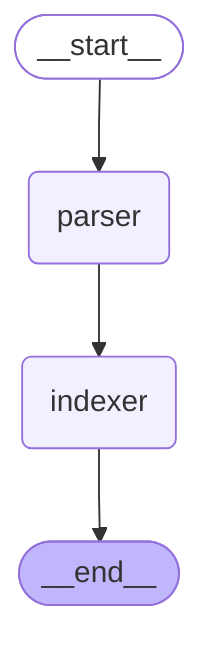
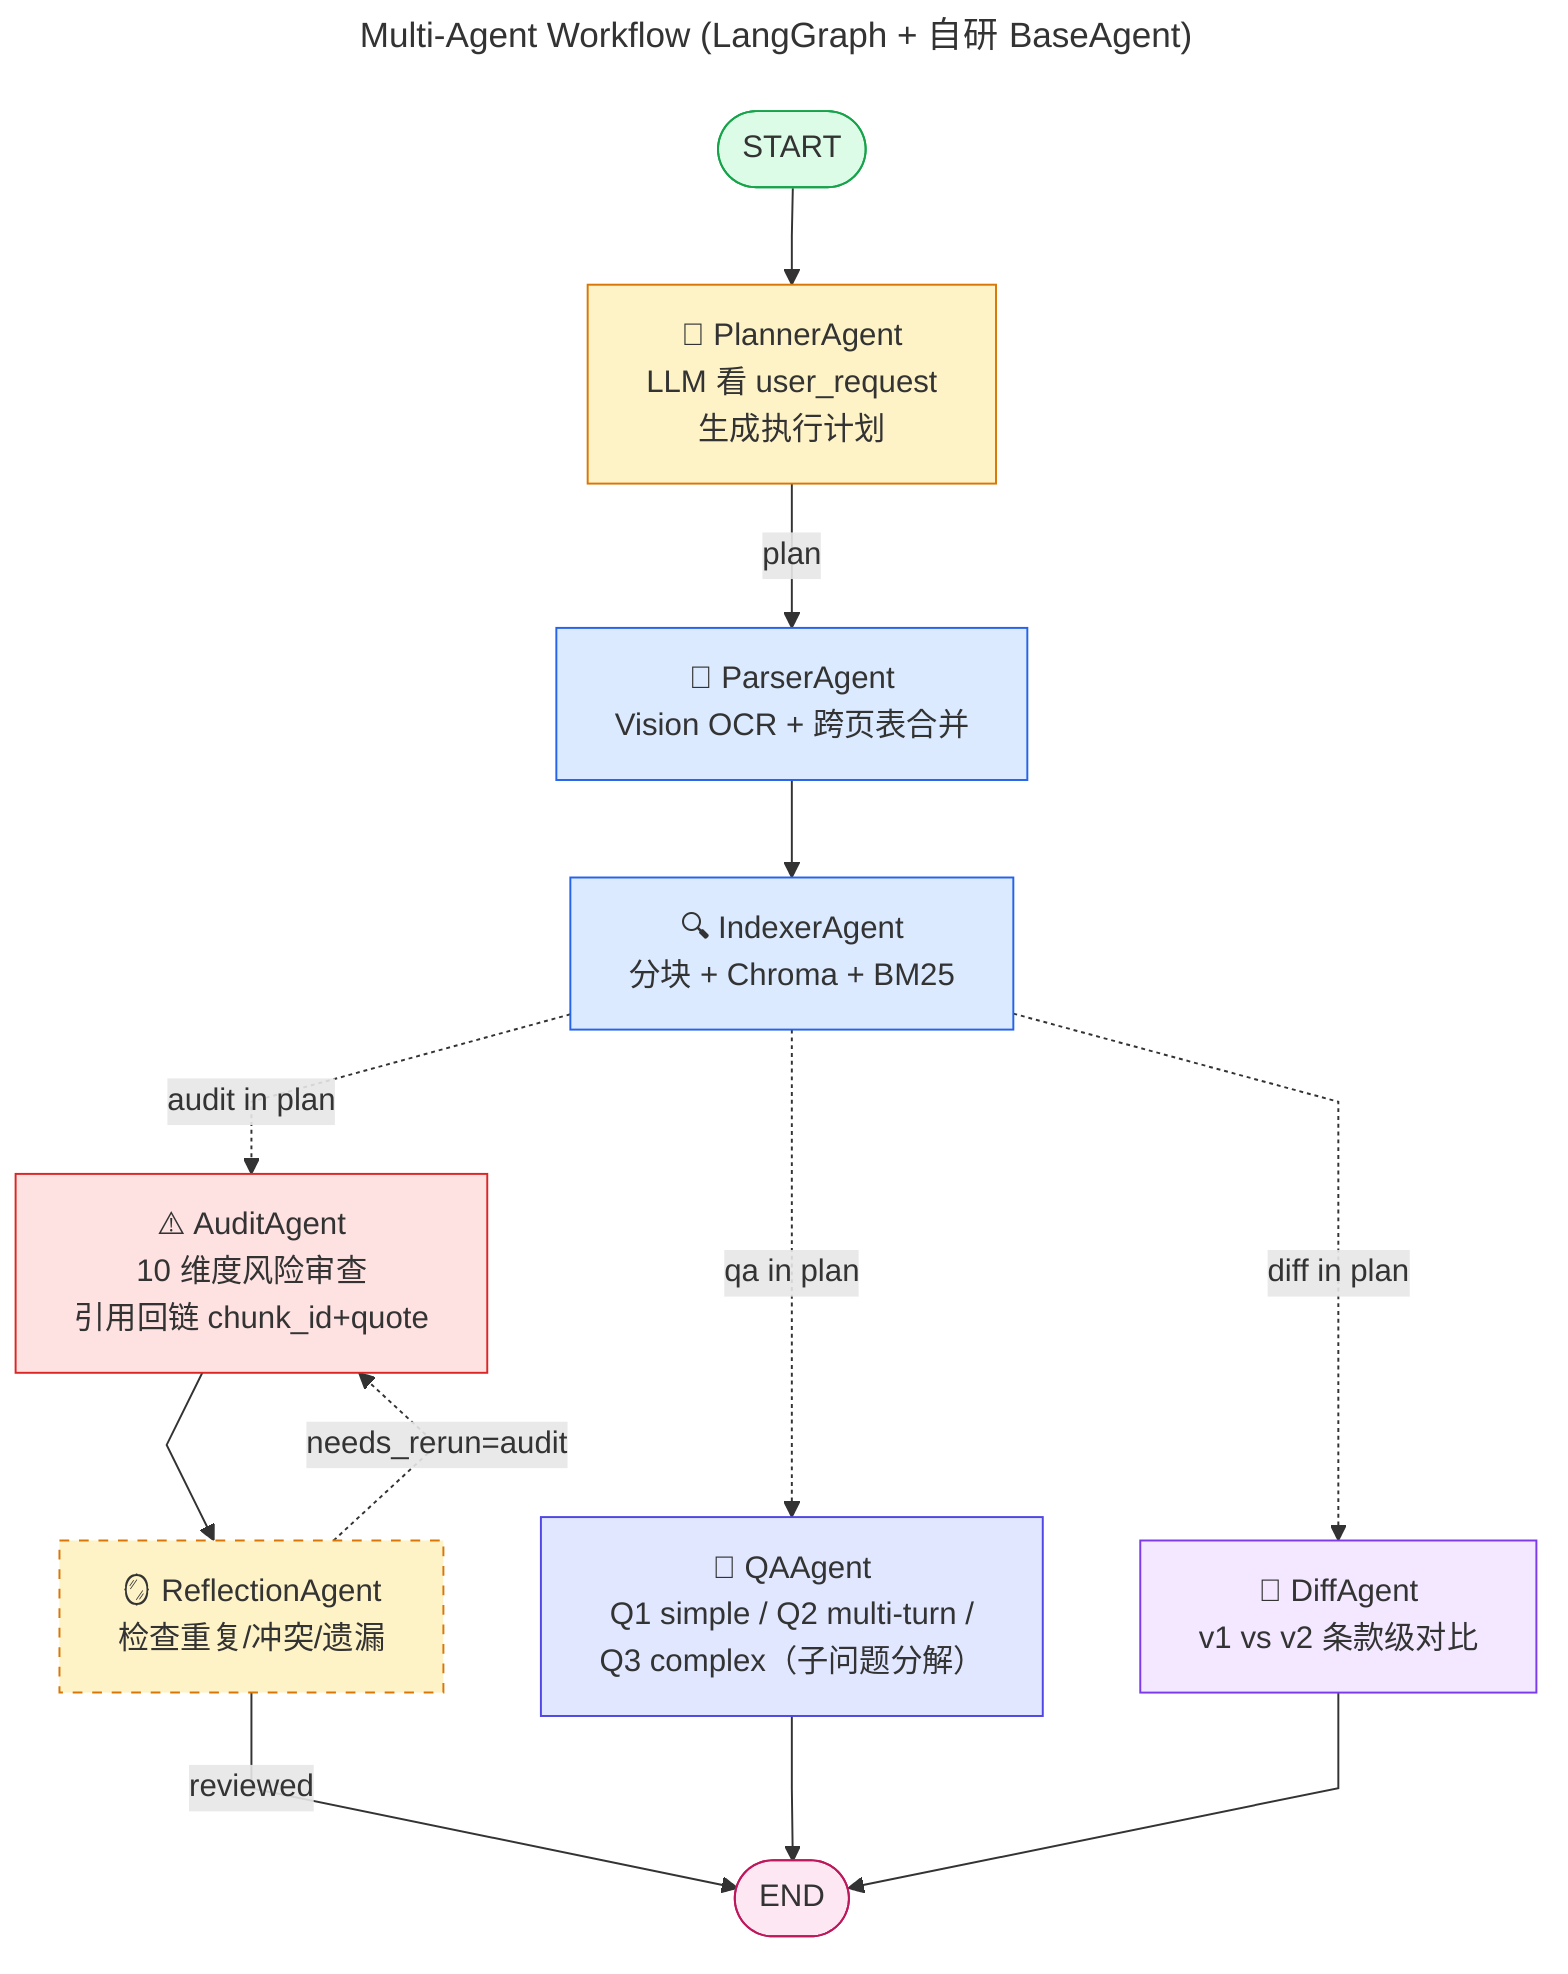
---
+ title: Multi-Agent Workflow (LangGraph + 自研 BaseAgent)
config:
  flowchart:
    curve: linear
---
graph TD;
- 	__start__([<p>__start__</p>]):::first
- 	parser(parser)
- 	indexer(indexer)
- 	__end__([<p>__end__</p>]):::last
- 	__start__ --> parser;
- 	parser --> indexer;
- 	indexer --> __end__;
- 	classDef default fill:#f2f0ff,line-height:1.2
- 	classDef first fill-opacity:0
- 	classDef last fill:#bfb6fc
+     Start([START]):::start --> Planner
+ 
+     Planner["🧠 PlannerAgent<br/>LLM 看 user_request<br/>生成执行计划"]:::planner
+ 
+     Planner -->|plan| Parser["📄 ParserAgent<br/>Vision OCR + 跨页表合并"]:::parser
+     Parser --> Indexer["🔍 IndexerAgent<br/>分块 + Chroma + BM25"]:::indexer
+ 
+     Indexer -.->|qa in plan| QA["💬 QAAgent<br/>Q1 simple / Q2 multi-turn /<br/>Q3 complex（子问题分解）"]:::qa
+     Indexer -.->|audit in plan| Audit["⚠️ AuditAgent<br/>10 维度风险审查<br/>引用回链 chunk_id+quote"]:::audit
+     Indexer -.->|diff in plan| Diff["🔀 DiffAgent<br/>v1 vs v2 条款级对比"]:::diff
+ 
+     Audit --> Reflection["🪞 ReflectionAgent<br/>检查重复/冲突/遗漏"]:::reflect
+ 
+     Reflection -.->|needs_rerun=audit| Audit
+     Reflection -->|reviewed| End
+ 
+     QA --> End([END]):::endnode
+     Diff --> End
+ 
+     classDef start fill:#dcfce7,stroke:#16a34a
+     classDef endnode fill:#fce7f3,stroke:#be185d
+     classDef planner fill:#fef3c7,stroke:#d97706
+     classDef parser fill:#dbeafe,stroke:#2563eb
+     classDef indexer fill:#dbeafe,stroke:#2563eb
+     classDef qa fill:#e0e7ff,stroke:#4f46e5
+     classDef audit fill:#fee2e2,stroke:#dc2626
+     classDef diff fill:#f3e8ff,stroke:#7c3aed
+     classDef reflect fill:#fef3c7,stroke:#d97706,stroke-dasharray: 5 5
